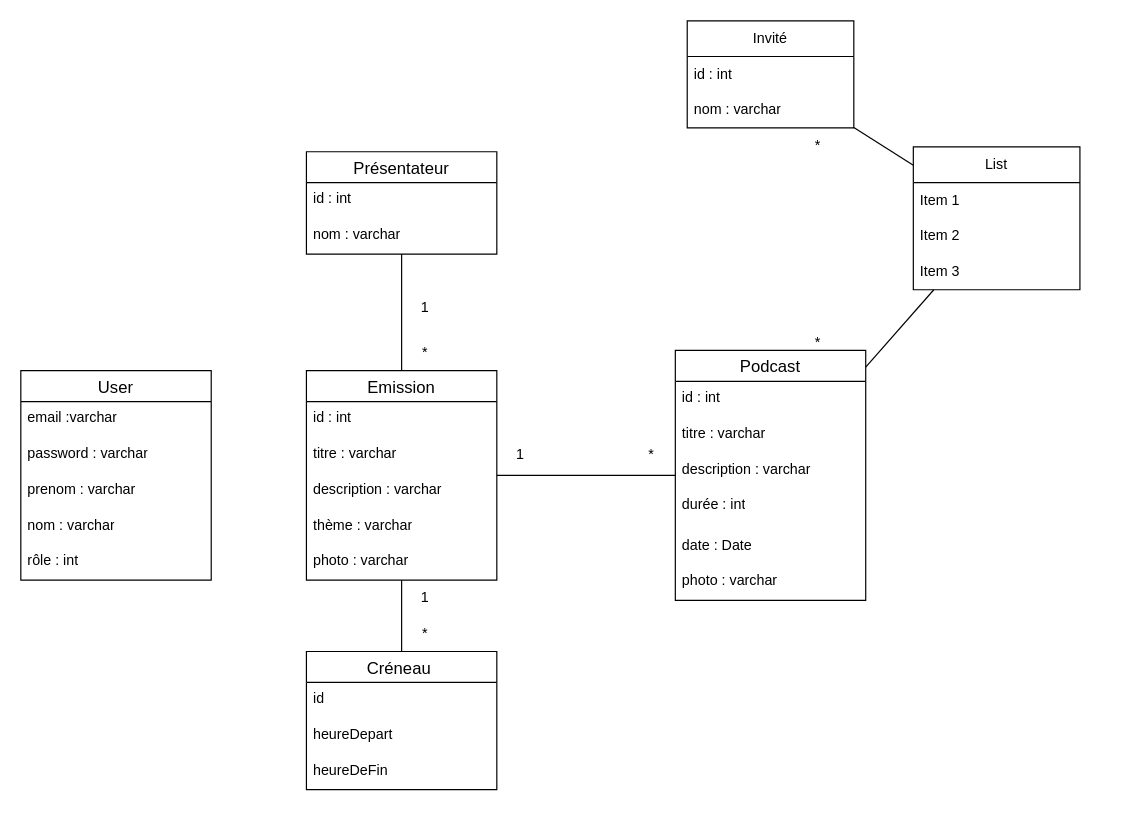
Hollowone1/NetRadio keeps this draw.io diagram as ModeleConception.drawio. Above is the earlier version. Source tidied: cells renumbered, new cells numbered last; positions are measured from the earlier drawing's top-left corner, leaving out a move shared by most shapes. Both pictures are drawn from the tidied source at 119%, with x=0, y=0 at pixel (20, 20).
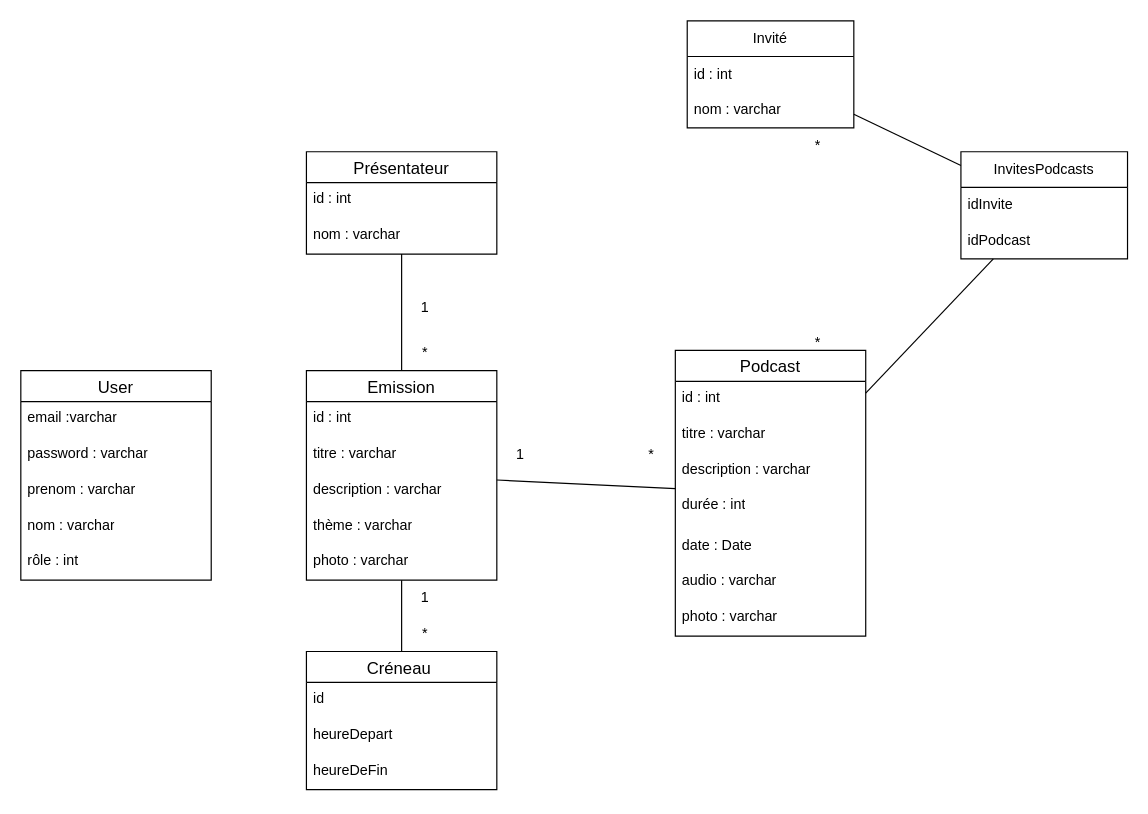
The same diagram, later.

Commit message:
Mettre à jour ModeleConception.drawio

Diff of the diagram source:
```diff
@@
     <mxCell id="8" value="Podcast" style="swimlane;fontStyle=0;horizontal=1;startSize=26;align=center;fontSize=14;" parent="1" vertex="1">
-      <mxGeometry x="550" y="277" width="160" height="210" as="geometry" />
+      <mxGeometry x="550" y="277" width="160" height="240" as="geometry" />
     </mxCell>
@@
+    <mxCell id="48" value="audio : varchar" style="text;strokeColor=none;fillColor=none;spacingLeft=4;spacingRight=4;overflow=hidden;fontSize=12;whiteSpace=wrap;html=1;" parent="8" vertex="1">
+      <mxGeometry y="180" width="160" height="30" as="geometry" />
+    </mxCell>
     <mxCell id="14" value="photo : varchar" style="text;strokeColor=none;fillColor=none;spacingLeft=4;spacingRight=4;overflow=hidden;fontSize=12;whiteSpace=wrap;html=1;" parent="8" vertex="1">
-      <mxGeometry y="180" width="160" height="30" as="geometry" />
+      <mxGeometry y="210" width="160" height="30" as="geometry" />
     </mxCell>
@@
-    <mxCell id="42" value="List" style="swimlane;fontStyle=0;horizontal=1;startSize=30;whiteSpace=wrap;html=1;" parent="1" vertex="1">
-      <mxGeometry x="750" y="106" width="140" height="120" as="geometry" />
+    <mxCell id="42" value="InvitesPodcasts" style="swimlane;fontStyle=0;horizontal=1;startSize=30;whiteSpace=wrap;html=1;" parent="1" vertex="1">
+      <mxGeometry x="790" y="110" width="140" height="90" as="geometry" />
     </mxCell>
-    <mxCell id="43" value="Item 1" style="text;strokeColor=none;fillColor=none;align=left;verticalAlign=middle;spacingLeft=4;spacingRight=4;overflow=hidden;whiteSpace=wrap;html=1;" parent="42" vertex="1">
+    <mxCell id="43" value="idInvite" style="text;strokeColor=none;fillColor=none;align=left;verticalAlign=middle;spacingLeft=4;spacingRight=4;overflow=hidden;whiteSpace=wrap;html=1;" parent="42" vertex="1">
       <mxGeometry y="30" width="140" height="30" as="geometry" />
     </mxCell>
-    <mxCell id="44" value="Item 2" style="text;strokeColor=none;fillColor=none;align=left;verticalAlign=middle;spacingLeft=4;spacingRight=4;overflow=hidden;whiteSpace=wrap;html=1;" parent="42" vertex="1">
+    <mxCell id="44" value="idPodcast" style="text;strokeColor=none;fillColor=none;align=left;verticalAlign=middle;spacingLeft=4;spacingRight=4;overflow=hidden;whiteSpace=wrap;html=1;" parent="42" vertex="1">
       <mxGeometry y="60" width="140" height="30" as="geometry" />
     </mxCell>
-    <mxCell id="45" value="Item 3" style="text;strokeColor=none;fillColor=none;align=left;verticalAlign=middle;spacingLeft=4;spacingRight=4;overflow=hidden;whiteSpace=wrap;html=1;" parent="42" vertex="1">
-      <mxGeometry y="90" width="140" height="30" as="geometry" />
-    </mxCell>
```
